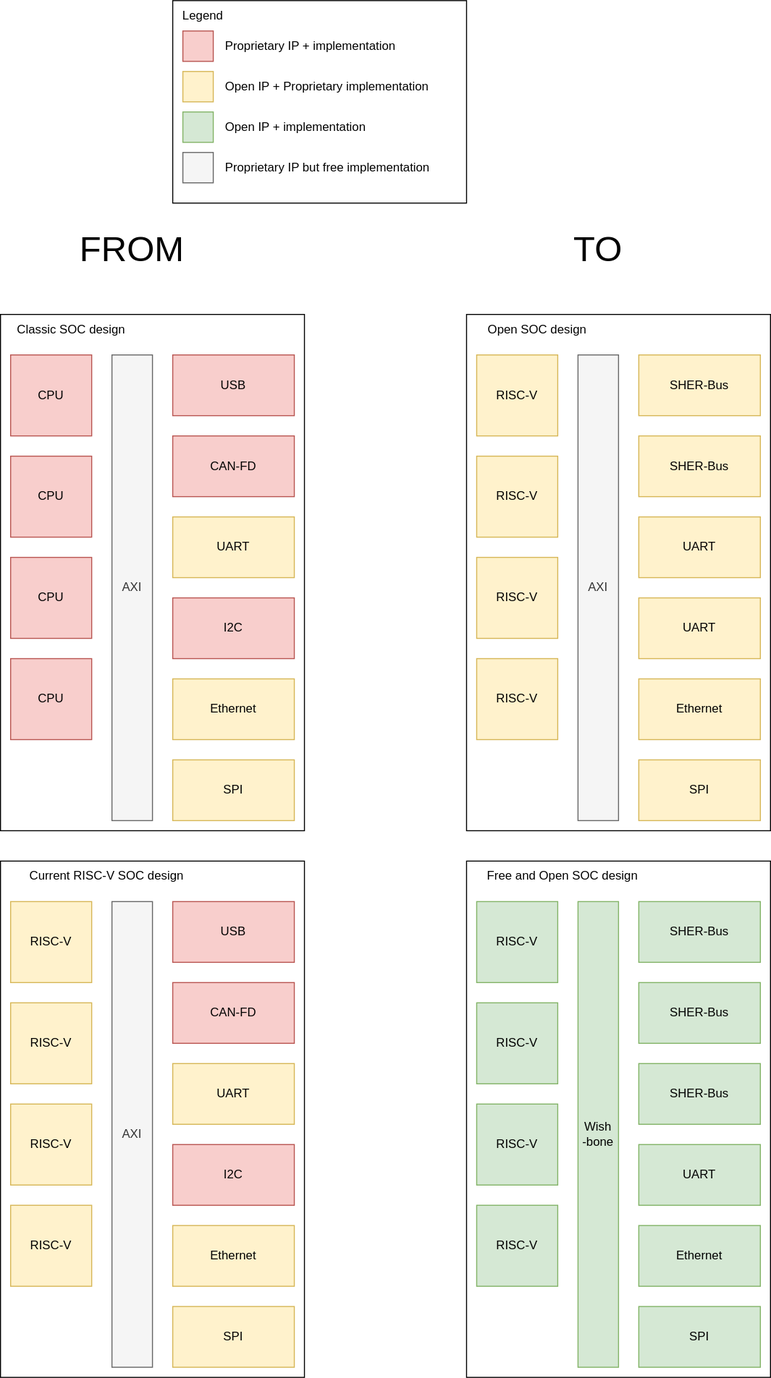
Earlier version of the draw.io export SOC.svg (cdg66/BUS_figures). Source tidied: cells renumbered, new cells last; positions are measured from the earlier drawing's top-left corner, leaving out a move shared by most shapes.
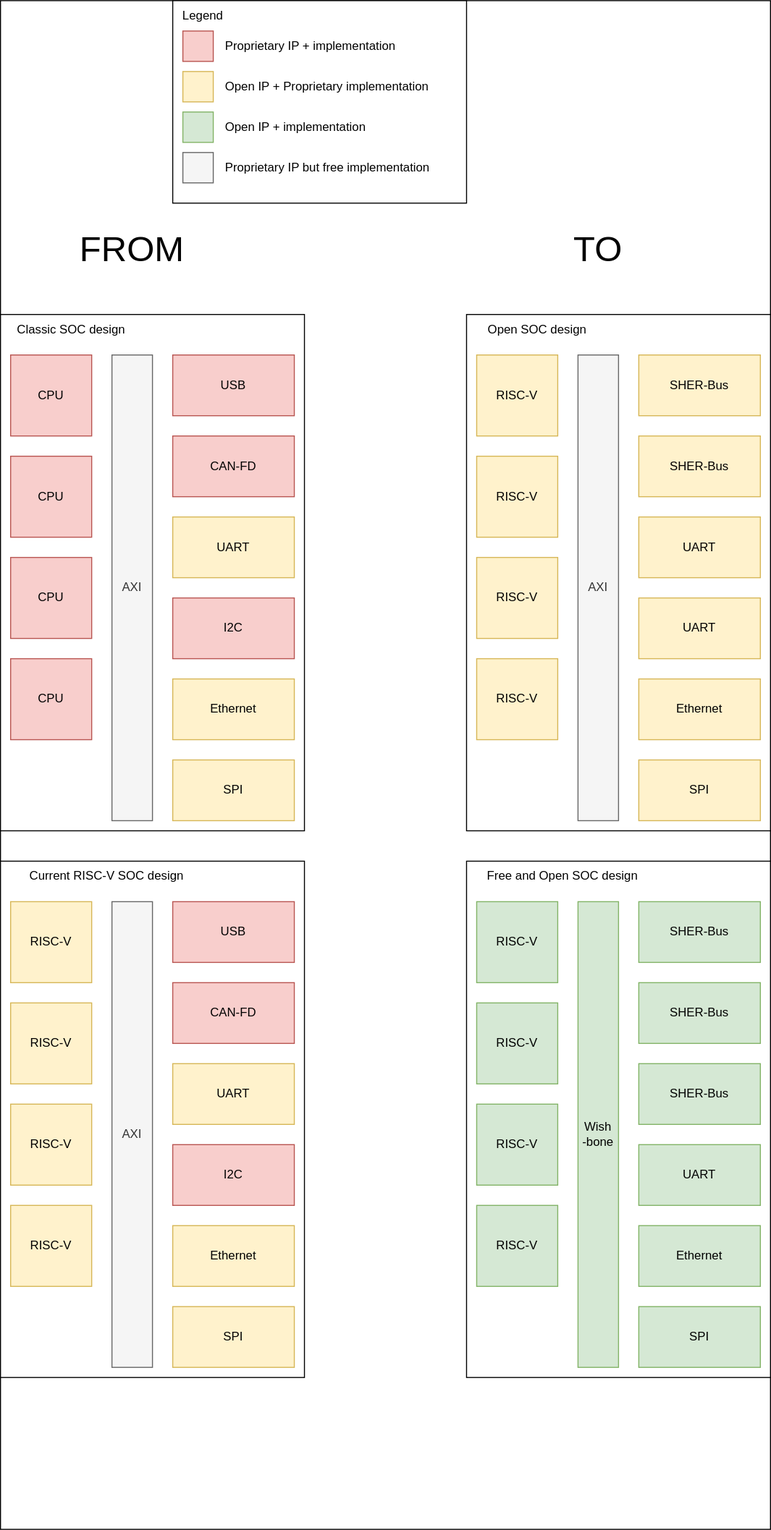
The same file after the commit.

What changed in the source:
```diff
@@ -2,6 +2,9 @@
   <root>
     <mxCell id="0" />
     <mxCell id="1" parent="0" />
+    <mxCell id="66" style="rounded=0;whiteSpace=wrap;html=1;" parent="1" vertex="1">
+      <mxGeometry width="760" height="1510" as="geometry" />
+    </mxCell>
     <mxCell id="2" style="rounded=0;whiteSpace=wrap;html=1;" parent="1" vertex="1">
       <mxGeometry y="310" width="300" height="510" as="geometry" />
     </mxCell>
```
